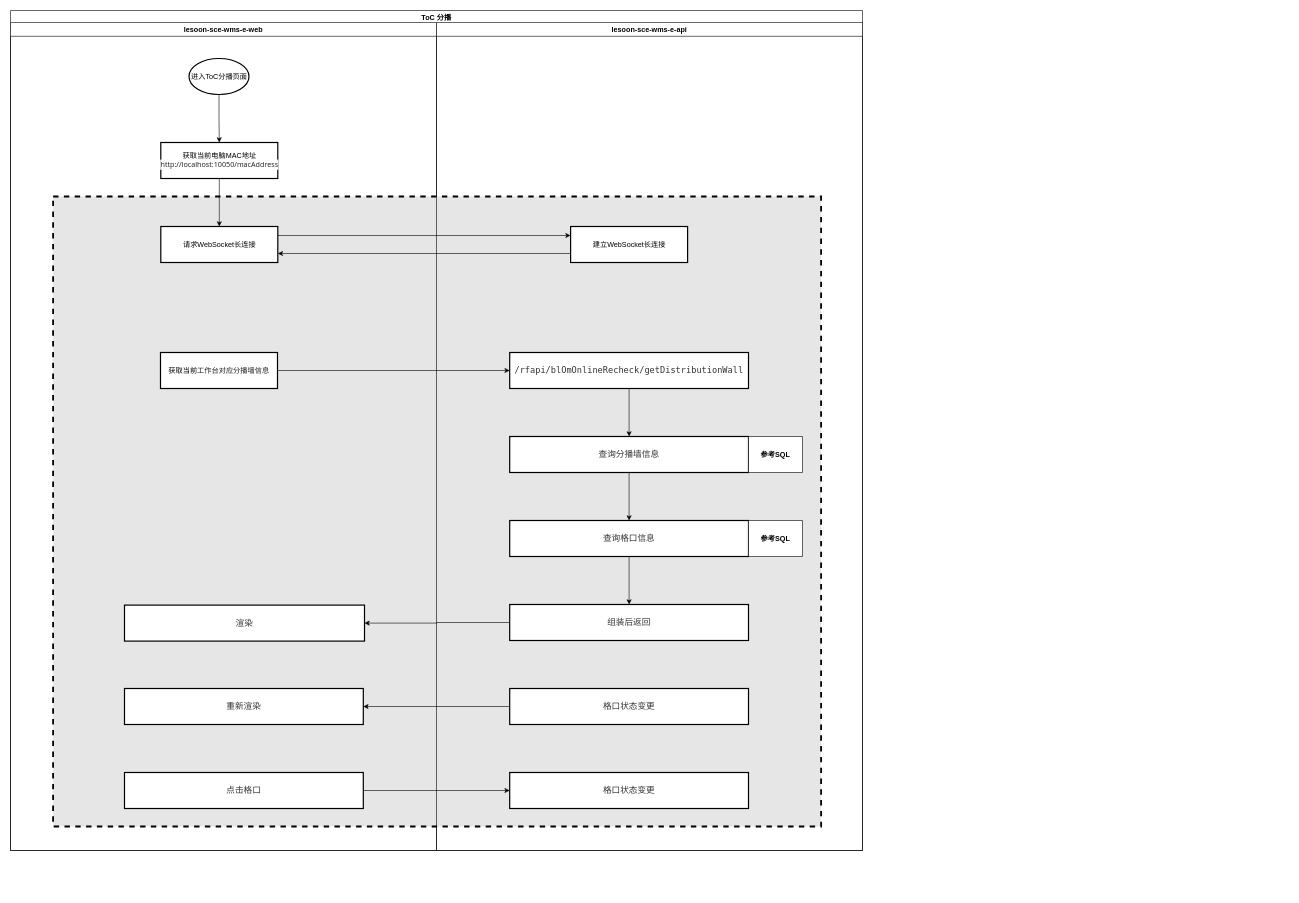
This is page "PC初始化ToC分播页面" (3 of 6) of diagrams/电子标签.drawio from libo9527/static, a draw.io file, before an edit. Source tidied: cells renumbered, new cells numbered last; positions are measured from the earlier drawing's top-left corner, leaving out a move shared by most shapes. Both pictures are drawn from the tidied source at 60%, with x=0, y=0 at pixel (10, 10).
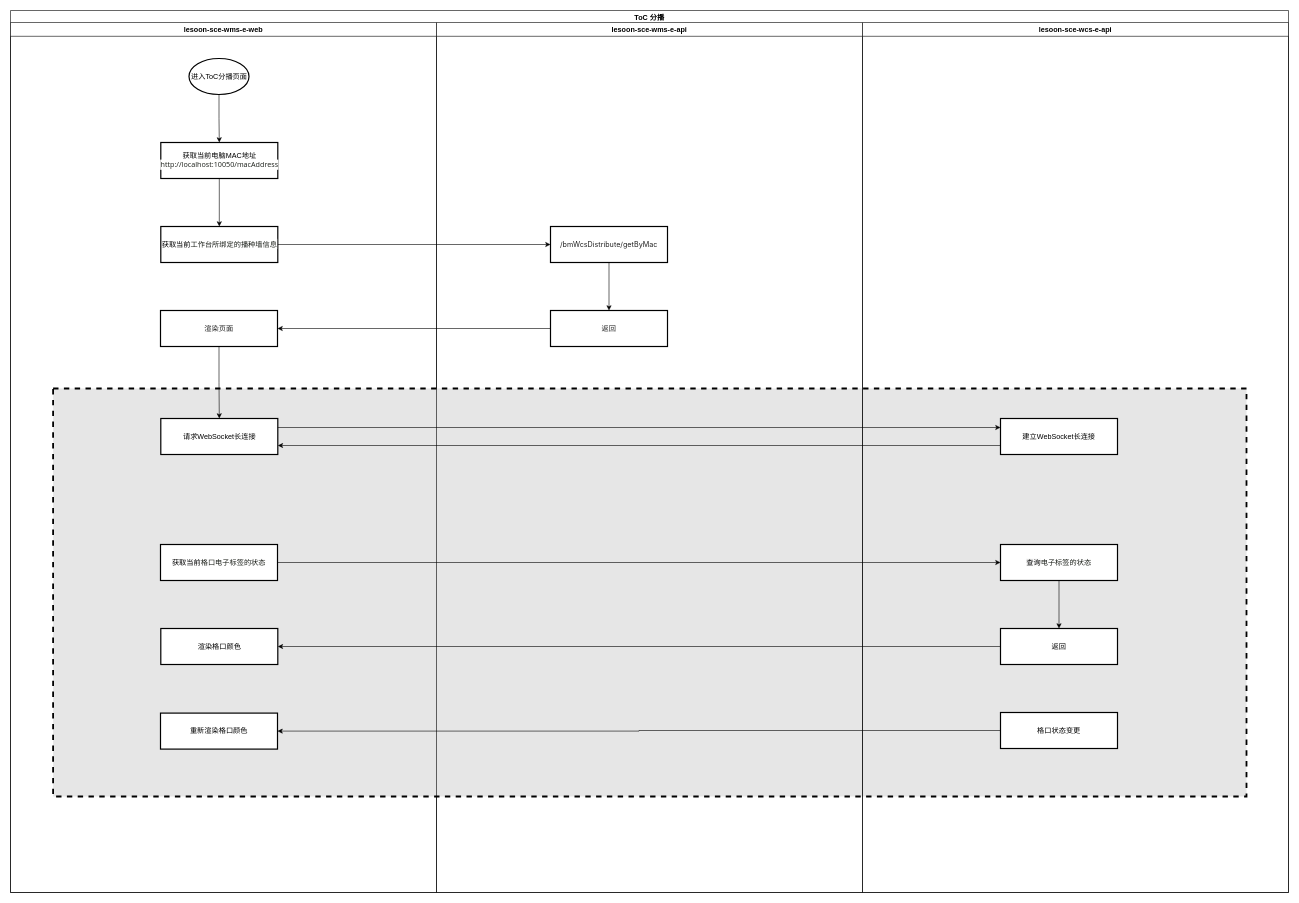
The same diagram, later.

Unchanged cells that the change refers to:
```xml
<mxCell id="7" value="获取当前电脑MAC地址&lt;br&gt;&lt;span style=&quot;color: rgb(25, 29, 23); font-family: &amp;quot;Segoe UI&amp;quot;, tahoma, sans-serif; text-align: start; background-color: rgb(255, 255, 255);&quot;&gt;http://localhost:10050/macAddress&lt;/span&gt;" style="whiteSpace=wrap;html=1;strokeWidth=2;" parent="3" vertex="1">
  <mxGeometry x="250.5" y="200" width="195" height="60" as="geometry" />
</mxCell>
```

Diff of the diagram source:
```diff
@@
     <mxCell id="2" value="ToC 分播" style="swimlane;whiteSpace=wrap;html=1;" parent="1" vertex="1">
-      <mxGeometry width="1420" height="1400" as="geometry" />
+      <mxGeometry width="2130" height="1470" as="geometry" />
     </mxCell>
     <mxCell id="3" value="lesoon-sce-wms-e-web" style="swimlane;whiteSpace=wrap;html=1;" parent="2" vertex="1">
-      <mxGeometry y="20" width="710" height="1380" as="geometry" />
+      <mxGeometry y="20" width="710" height="1450" as="geometry" />
     </mxCell>
     <mxCell id="4" style="rounded=0;whiteSpace=wrap;html=1;dashed=1;strokeWidth=3;fillColor=#E6E6E6;" parent="3" vertex="1">
-      <mxGeometry x="71" y="290" width="1280" height="1050" as="geometry" />
+      <mxGeometry x="71" y="610" width="1989" height="680" as="geometry" />
     </mxCell>
     <mxCell id="5" value="请求WebSocket长连接" style="whiteSpace=wrap;html=1;strokeWidth=2;" parent="3" vertex="1">
-      <mxGeometry x="250.5" y="340" width="195" height="60" as="geometry" />
+      <mxGeometry x="250.5" y="660" width="195" height="60" as="geometry" />
     </mxCell>
@@
+    <mxCell id="33" style="edgeStyle=orthogonalEdgeStyle;rounded=0;jettySize=auto;html=1;" parent="3" edge="1" source="7" target="34">
+      <mxGeometry relative="1" as="geometry" />
+    </mxCell>
@@
-    <mxCell id="8" style="edgeStyle=orthogonalEdgeStyle;rounded=0;jettySize=auto;html=1;" parent="3" edge="1" source="7" target="5">
+    <mxCell id="8" style="edgeStyle=orthogonalEdgeStyle;rounded=0;jettySize=auto;html=1;exitX=0.5;exitY=1;exitDx=0;exitDy=0;" parent="3" edge="1" source="35" target="5">
       <mxGeometry relative="1" as="geometry" />
     </mxCell>
@@
-    <mxCell id="10" value="&lt;div style=&quot;text-align: start;&quot;&gt;&lt;span style=&quot;background-color: initial;&quot;&gt;获取当前&lt;/span&gt;&lt;font face=&quot;Segoe UI, tahoma, sans-serif&quot; color=&quot;#191d17&quot;&gt;&lt;span style=&quot;background-color: rgb(255, 255, 255);&quot;&gt;工作台对应分播墙信息&lt;/span&gt;&lt;/font&gt;&lt;/div&gt;" style="whiteSpace=wrap;html=1;strokeWidth=2;" parent="3" vertex="1">
-      <mxGeometry x="250" y="550" width="195" height="60" as="geometry" />
+    <mxCell id="10" value="&lt;div style=&quot;text-align: start;&quot;&gt;&lt;span style=&quot;background-color: initial;&quot;&gt;获取当前&lt;/span&gt;&lt;font face=&quot;Segoe UI, tahoma, sans-serif&quot; color=&quot;#191d17&quot;&gt;&lt;span style=&quot;background-color: rgb(255, 255, 255);&quot;&gt;格口电子标签的状态&lt;/span&gt;&lt;/font&gt;&lt;/div&gt;" style="whiteSpace=wrap;html=1;strokeWidth=2;" parent="3" vertex="1">
+      <mxGeometry x="250" y="870" width="195" height="60" as="geometry" />
     </mxCell>
-    <mxCell id="11" value="&lt;div style=&quot;orphans: 4;&quot;&gt;&lt;font face=&quot;Lucida Console, Consolas, Courier, monospace&quot; color=&quot;#333333&quot;&gt;&lt;span style=&quot;font-size: 14.4px; white-space-collapse: preserve;&quot;&gt;渲染&lt;/span&gt;&lt;/font&gt;&lt;/div&gt;" style="whiteSpace=wrap;html=1;strokeWidth=2;" parent="3" vertex="1">
-      <mxGeometry x="190" y="971" width="400" height="60" as="geometry" />
-    </mxCell>
-    <mxCell id="12" value="&lt;div style=&quot;orphans: 4;&quot;&gt;&lt;font face=&quot;Lucida Console, Consolas, Courier, monospace&quot; color=&quot;#333333&quot;&gt;&lt;span style=&quot;font-size: 14.4px; white-space-collapse: preserve;&quot;&gt;重新渲染&lt;/span&gt;&lt;/font&gt;&lt;/div&gt;" style="whiteSpace=wrap;html=1;strokeWidth=2;" parent="3" vertex="1">
-      <mxGeometry x="190" y="1110" width="398" height="60" as="geometry" />
-    </mxCell>
-    <mxCell id="13" value="&lt;div style=&quot;orphans: 4;&quot;&gt;&lt;font face=&quot;Lucida Console, Consolas, Courier, monospace&quot; color=&quot;#333333&quot;&gt;&lt;span style=&quot;font-size: 14.4px; white-space-collapse: preserve;&quot;&gt;点击格口&lt;/span&gt;&lt;/font&gt;&lt;/div&gt;" style="whiteSpace=wrap;html=1;strokeWidth=2;" parent="3" vertex="1">
-      <mxGeometry x="190" y="1250" width="398" height="60" as="geometry" />
-    </mxCell>
+    <mxCell id="34" value="&lt;div style=&quot;text-align: start;&quot;&gt;&lt;span style=&quot;background-color: initial;&quot;&gt;获取当前&lt;/span&gt;&lt;font face=&quot;Segoe UI, tahoma, sans-serif&quot; color=&quot;#191d17&quot;&gt;&lt;span style=&quot;background-color: rgb(255, 255, 255);&quot;&gt;工作台所绑定的播种墙信息&lt;/span&gt;&lt;/font&gt;&lt;/div&gt;" style="whiteSpace=wrap;html=1;strokeWidth=2;" parent="3" vertex="1">
+      <mxGeometry x="250.5" y="340" width="195" height="60" as="geometry" />
+    </mxCell>
+    <mxCell id="35" value="&lt;div style=&quot;text-align: start;&quot;&gt;&lt;span style=&quot;color: rgb(33, 33, 33); font-family: Inter, system-ui, -apple-system, BlinkMacSystemFont, &amp;quot;Segoe UI&amp;quot;, Roboto, Oxygen, Ubuntu, Cantarell, &amp;quot;Fira Sans&amp;quot;, &amp;quot;Droid Sans&amp;quot;, Helvetica, Arial, sans-serif; white-space-collapse: preserve; background-color: rgb(255, 255, 255);&quot;&gt;渲染页面&lt;/span&gt;&lt;br&gt;&lt;/div&gt;" style="whiteSpace=wrap;html=1;strokeWidth=2;" parent="3" vertex="1">
+      <mxGeometry x="250" y="480" width="195" height="60" as="geometry" />
+    </mxCell>
+    <mxCell id="36" value="&lt;div style=&quot;text-align: start;&quot;&gt;渲染格口颜色&lt;/div&gt;" style="whiteSpace=wrap;html=1;strokeWidth=2;" parent="3" vertex="1">
+      <mxGeometry x="250.5" y="1010" width="195" height="60" as="geometry" />
+    </mxCell>
+    <mxCell id="37" value="&lt;div style=&quot;text-align: start;&quot;&gt;重新&lt;span style=&quot;background-color: initial;&quot;&gt;渲染格口颜色&lt;/span&gt;&lt;/div&gt;" style="whiteSpace=wrap;html=1;strokeWidth=2;" parent="3" vertex="1">
+      <mxGeometry x="250" y="1151" width="195" height="60" as="geometry" />
+    </mxCell>
     <mxCell id="14" value="lesoon-sce-wms-e-api" style="swimlane;whiteSpace=wrap;html=1;" parent="2" vertex="1">
-      <mxGeometry x="710" y="20" width="710" height="1380" as="geometry" />
+      <mxGeometry x="710" y="20" width="710" height="1450" as="geometry" />
     </mxCell>
-    <mxCell id="15" style="edgeStyle=orthogonalEdgeStyle;rounded=0;jettySize=auto;html=1;" parent="14" edge="1" source="16" target="18">
-      <mxGeometry relative="1" as="geometry" />
-    </mxCell>
-    <mxCell id="16" value="&lt;div style=&quot;orphans: 4;&quot;&gt;&lt;font face=&quot;Lucida Console, Consolas, Courier, monospace&quot; color=&quot;#333333&quot;&gt;&lt;span style=&quot;font-size: 14.4px; white-space-collapse: preserve;&quot;&gt;/rfapi/blOmOnlineRecheck/getDistributionWall&lt;/span&gt;&lt;/font&gt;&lt;br&gt;&lt;/div&gt;" style="whiteSpace=wrap;html=1;strokeWidth=2;" parent="14" vertex="1">
-      <mxGeometry x="122" y="550" width="398" height="60" as="geometry" />
-    </mxCell>
-    <mxCell id="17" style="edgeStyle=orthogonalEdgeStyle;rounded=0;jettySize=auto;html=1;" parent="14" edge="1" source="18" target="20">
-      <mxGeometry relative="1" as="geometry" />
-    </mxCell>
-    <mxCell id="18" value="&lt;div style=&quot;orphans: 4;&quot;&gt;&lt;font face=&quot;Lucida Console, Consolas, Courier, monospace&quot; color=&quot;#333333&quot;&gt;&lt;span style=&quot;font-size: 14.4px; white-space-collapse: preserve;&quot;&gt;查询分播墙信息&lt;/span&gt;&lt;/font&gt;&lt;br&gt;&lt;/div&gt;" style="whiteSpace=wrap;html=1;strokeWidth=2;" parent="14" vertex="1">
-      <mxGeometry x="122" y="690" width="398" height="60" as="geometry" />
-    </mxCell>
-    <mxCell id="19" style="edgeStyle=orthogonalEdgeStyle;rounded=0;jettySize=auto;html=1;" parent="14" edge="1" source="20" target="23">
-      <mxGeometry relative="1" as="geometry" />
-    </mxCell>
-    <mxCell id="20" value="&lt;div style=&quot;orphans: 4;&quot;&gt;&lt;font face=&quot;Lucida Console, Consolas, Courier, monospace&quot; color=&quot;#333333&quot;&gt;&lt;span style=&quot;font-size: 14.4px; white-space-collapse: preserve;&quot;&gt;查询格口信息&lt;/span&gt;&lt;/font&gt;&lt;br&gt;&lt;/div&gt;" style="whiteSpace=wrap;html=1;strokeWidth=2;" parent="14" vertex="1">
-      <mxGeometry x="122" y="830" width="398" height="60" as="geometry" />
-    </mxCell>
-    <mxCell id="21" value="参考SQL" style="swimlane;whiteSpace=wrap;html=1;startSize=60;" parent="14" vertex="1" collapsed="1">
-      <mxGeometry x="520" y="690" width="90" height="60" as="geometry" />
-    </mxCell>
-    <mxCell id="22" value="参考SQL" style="swimlane;whiteSpace=wrap;html=1;startSize=60;" parent="14" vertex="1" collapsed="1">
-      <mxGeometry x="520" y="830" width="90" height="60" as="geometry" />
-    </mxCell>
-    <mxCell id="23" value="&lt;div style=&quot;orphans: 4;&quot;&gt;&lt;font face=&quot;Lucida Console, Consolas, Courier, monospace&quot; color=&quot;#333333&quot;&gt;&lt;span style=&quot;font-size: 14.4px; white-space-collapse: preserve;&quot;&gt;组装后返回&lt;/span&gt;&lt;/font&gt;&lt;/div&gt;" style="whiteSpace=wrap;html=1;strokeWidth=2;" parent="14" vertex="1">
-      <mxGeometry x="122" y="970" width="398" height="60" as="geometry" />
-    </mxCell>
-    <mxCell id="24" value="建立WebSocket长连接" style="whiteSpace=wrap;html=1;strokeWidth=2;" parent="14" vertex="1">
-      <mxGeometry x="223.5" y="340" width="195" height="60" as="geometry" />
-    </mxCell>
-    <mxCell id="25" value="&lt;div style=&quot;orphans: 4;&quot;&gt;&lt;font face=&quot;Lucida Console, Consolas, Courier, monospace&quot; color=&quot;#333333&quot;&gt;&lt;span style=&quot;font-size: 14.4px; white-space-collapse: preserve;&quot;&gt;格口状态变更&lt;/span&gt;&lt;/font&gt;&lt;/div&gt;" style="whiteSpace=wrap;html=1;strokeWidth=2;" parent="14" vertex="1">
-      <mxGeometry x="122" y="1110" width="398" height="60" as="geometry" />
-    </mxCell>
-    <mxCell id="26" value="&lt;div style=&quot;orphans: 4;&quot;&gt;&lt;font face=&quot;Lucida Console, Consolas, Courier, monospace&quot; color=&quot;#333333&quot;&gt;&lt;span style=&quot;font-size: 14.4px; white-space-collapse: preserve;&quot;&gt;格口状态变更&lt;/span&gt;&lt;/font&gt;&lt;/div&gt;" style="whiteSpace=wrap;html=1;strokeWidth=2;" parent="14" vertex="1">
-      <mxGeometry x="122" y="1250" width="398" height="60" as="geometry" />
-    </mxCell>
+    <mxCell id="38" style="edgeStyle=orthogonalEdgeStyle;rounded=0;jettySize=auto;html=1;" parent="14" edge="1" source="39" target="40">
+      <mxGeometry relative="1" as="geometry" />
+    </mxCell>
+    <mxCell id="39" value="&lt;div style=&quot;text-align: start;&quot;&gt;&lt;span style=&quot;color: rgb(33, 33, 33); font-family: Inter, system-ui, -apple-system, BlinkMacSystemFont, &amp;quot;Segoe UI&amp;quot;, Roboto, Oxygen, Ubuntu, Cantarell, &amp;quot;Fira Sans&amp;quot;, &amp;quot;Droid Sans&amp;quot;, Helvetica, Arial, sans-serif; white-space-collapse: preserve; background-color: rgb(255, 255, 255);&quot;&gt;/bmWcsDistribute/getByMac&lt;/span&gt;&lt;br&gt;&lt;/div&gt;" style="whiteSpace=wrap;html=1;strokeWidth=2;" parent="14" vertex="1">
+      <mxGeometry x="190" y="340" width="195" height="60" as="geometry" />
+    </mxCell>
+    <mxCell id="40" value="&lt;div style=&quot;text-align: start;&quot;&gt;&lt;span style=&quot;color: rgb(33, 33, 33); font-family: Inter, system-ui, -apple-system, BlinkMacSystemFont, &amp;quot;Segoe UI&amp;quot;, Roboto, Oxygen, Ubuntu, Cantarell, &amp;quot;Fira Sans&amp;quot;, &amp;quot;Droid Sans&amp;quot;, Helvetica, Arial, sans-serif; white-space-collapse: preserve; background-color: rgb(255, 255, 255);&quot;&gt;返回&lt;/span&gt;&lt;br&gt;&lt;/div&gt;" style="whiteSpace=wrap;html=1;strokeWidth=2;" parent="14" vertex="1">
+      <mxGeometry x="190" y="480" width="195" height="60" as="geometry" />
+    </mxCell>
@@
-    <mxCell id="29" style="edgeStyle=orthogonalEdgeStyle;rounded=0;jettySize=auto;html=1;" parent="2" edge="1" source="10" target="16">
-      <mxGeometry relative="1" as="geometry" />
-    </mxCell>
-    <mxCell id="30" style="edgeStyle=orthogonalEdgeStyle;rounded=0;jettySize=auto;html=1;" parent="2" edge="1" source="23" target="11">
-      <mxGeometry relative="1" as="geometry" />
-    </mxCell>
-    <mxCell id="31" style="edgeStyle=orthogonalEdgeStyle;rounded=0;jettySize=auto;html=1;" parent="2" edge="1" source="25" target="12">
-      <mxGeometry relative="1" as="geometry" />
-    </mxCell>
-    <mxCell id="32" style="edgeStyle=orthogonalEdgeStyle;rounded=0;jettySize=auto;html=1;" parent="2" edge="1" source="13" target="26">
-      <mxGeometry relative="1" as="geometry" />
-    </mxCell>
+    <mxCell id="41" value="lesoon-sce-wcs-e-api" style="swimlane;whiteSpace=wrap;html=1;" parent="2" vertex="1">
+      <mxGeometry x="1420" y="20" width="710" height="1450" as="geometry" />
+    </mxCell>
+    <mxCell id="24" value="建立WebSocket长连接" style="whiteSpace=wrap;html=1;strokeWidth=2;" parent="41" vertex="1">
+      <mxGeometry x="230" y="660" width="195" height="60" as="geometry" />
+    </mxCell>
+    <mxCell id="42" style="edgeStyle=orthogonalEdgeStyle;rounded=0;jettySize=auto;html=1;" parent="41" edge="1" source="43" target="44">
+      <mxGeometry relative="1" as="geometry" />
+    </mxCell>
+    <mxCell id="43" value="&lt;div style=&quot;text-align: start;&quot;&gt;&lt;span style=&quot;background-color: rgb(251, 251, 251);&quot;&gt;查询&lt;/span&gt;&lt;span style=&quot;color: rgb(25, 29, 23); font-family: &amp;quot;Segoe UI&amp;quot;, tahoma, sans-serif; background-color: rgb(255, 255, 255);&quot;&gt;电子标签的状态&lt;/span&gt;&lt;/div&gt;" style="whiteSpace=wrap;html=1;strokeWidth=2;" parent="41" vertex="1">
+      <mxGeometry x="230" y="870" width="195" height="60" as="geometry" />
+    </mxCell>
+    <mxCell id="44" value="&lt;div style=&quot;text-align: start;&quot;&gt;返回&lt;/div&gt;" style="whiteSpace=wrap;html=1;strokeWidth=2;" parent="41" vertex="1">
+      <mxGeometry x="230" y="1010" width="195" height="60" as="geometry" />
+    </mxCell>
+    <mxCell id="45" value="&lt;div style=&quot;text-align: start;&quot;&gt;格口状态变更&lt;/div&gt;" style="whiteSpace=wrap;html=1;strokeWidth=2;" parent="41" vertex="1">
+      <mxGeometry x="230" y="1150" width="195" height="60" as="geometry" />
+    </mxCell>
+    <mxCell id="46" style="edgeStyle=orthogonalEdgeStyle;rounded=0;jettySize=auto;html=1;" parent="2" edge="1" source="34" target="39">
+      <mxGeometry relative="1" as="geometry" />
+    </mxCell>
+    <mxCell id="47" style="edgeStyle=orthogonalEdgeStyle;rounded=0;jettySize=auto;html=1;" parent="2" edge="1" source="40" target="35">
+      <mxGeometry relative="1" as="geometry" />
+    </mxCell>
+    <mxCell id="48" style="edgeStyle=orthogonalEdgeStyle;rounded=0;jettySize=auto;html=1;" parent="2" edge="1" source="10" target="43">
+      <mxGeometry relative="1" as="geometry" />
+    </mxCell>
+    <mxCell id="49" style="edgeStyle=orthogonalEdgeStyle;rounded=0;jettySize=auto;html=1;" parent="2" edge="1" source="44" target="36">
+      <mxGeometry relative="1" as="geometry" />
+    </mxCell>
+    <mxCell id="50" style="edgeStyle=orthogonalEdgeStyle;rounded=0;jettySize=auto;html=1;" parent="2" edge="1" source="45" target="37">
+      <mxGeometry relative="1" as="geometry" />
+    </mxCell>
```
